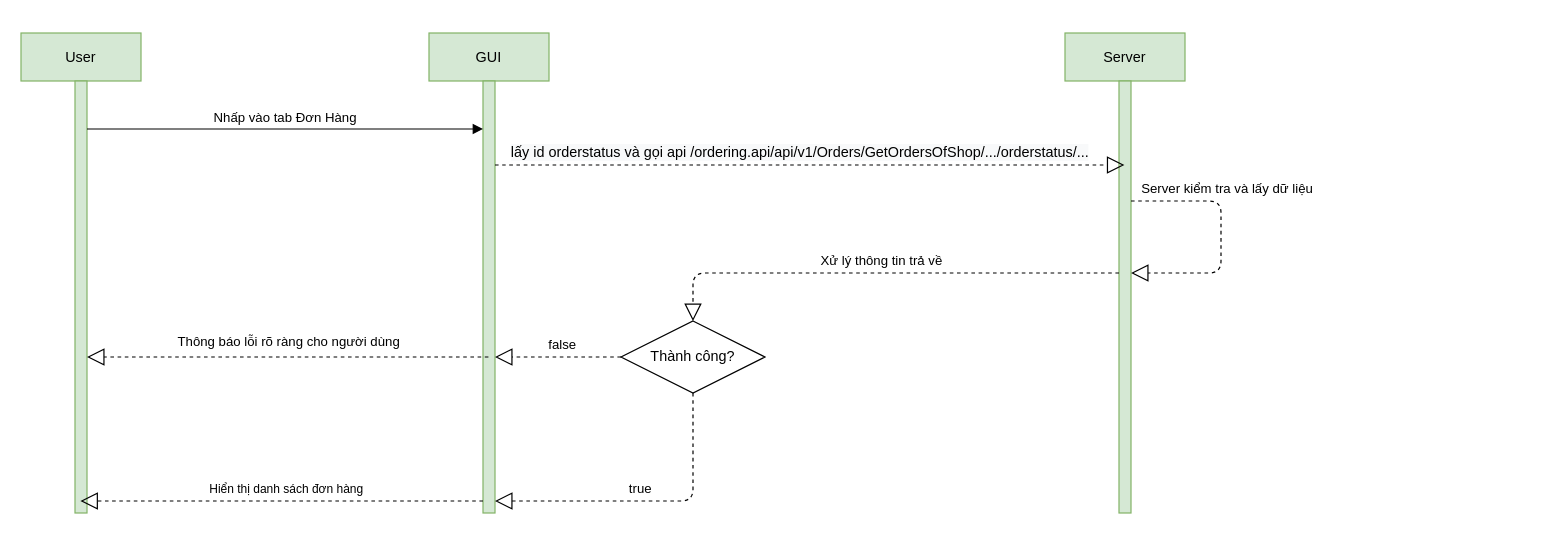
Before: page "Order tabs" (3 of 5) of OrderManagement Diagram.drawio in Alars99/diagram, a draw.io diagram. Source tidied: cells renumbered, new cells numbered last; positions are measured from the earlier drawing's top-left corner, leaving out a move shared by most shapes. Both pictures are drawn from the tidied source at 120%, with x=0, y=0 at pixel (20, 32).
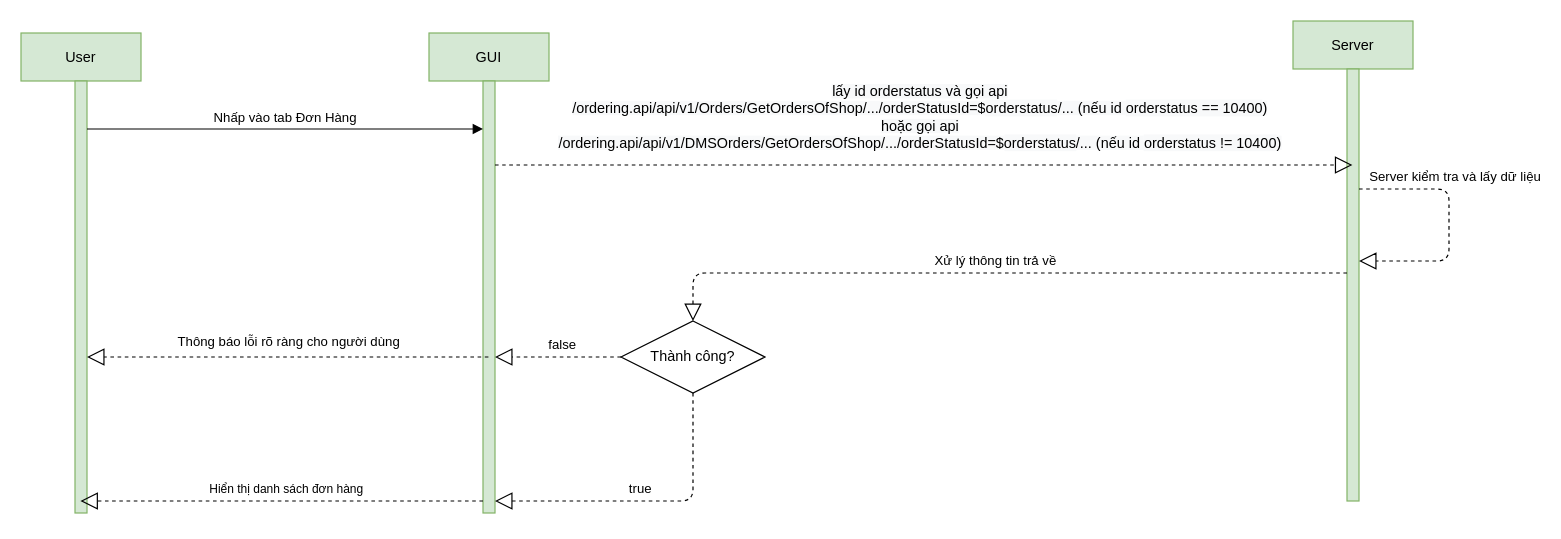
The same diagram, later.

The change refers to these unchanged cells:
```xml
<mxCell id="5" style="points=[];perimeter=orthogonalPerimeter;rounded=0;shadow=0;strokeWidth=1;fillColor=#d5e8d4;strokeColor=#82b366;" parent="4" vertex="1">
  <mxGeometry x="45" y="40" width="10" height="360" as="geometry" />
</mxCell>
```

What changed in the source:
```diff
@@
     <mxCell id="6" value="Server" style="shape=umlLifeline;perimeter=lifelinePerimeter;rounded=0;shadow=0;strokeWidth=1;fillColor=#d5e8d4;strokeColor=#82b366;" parent="1" vertex="1">
-      <mxGeometry x="870" width="100" height="400" as="geometry" />
+      <mxGeometry x="1060" y="-10" width="100" height="400" as="geometry" />
     </mxCell>
@@
-    <mxCell id="10" value="&lt;span style=&quot;font-size: 12px ; background-color: rgb(248 , 249 , 250)&quot;&gt;lấy id orderstatus và gọi api /ordering.api/api/v1/Orders/GetOrdersOfShop/.../orderstatus/...&lt;/span&gt;" style="endArrow=block;dashed=1;endFill=0;endSize=12;html=1;" parent="1" edge="1" source="5" target="6">
-      <mxGeometry x="-0.03" y="10" relative="1" as="geometry">
+    <mxCell id="10" value="&lt;span style=&quot;background-color: rgb(248 , 249 , 250)&quot;&gt;&lt;span style=&quot;font-size: 12px&quot;&gt;lấy id orderstatus và gọi api &lt;br&gt;/ordering.api/api/v1/Orders/GetOrdersOfShop/.../orderStatusId=$&lt;/span&gt;&lt;/span&gt;&lt;span style=&quot;font-size: 12px ; background-color: rgb(248 , 249 , 250)&quot;&gt;orderstatus&lt;/span&gt;&lt;span style=&quot;background-color: rgb(248 , 249 , 250)&quot;&gt;&lt;span style=&quot;font-size: 12px&quot;&gt;/... (nếu id&amp;nbsp;&lt;/span&gt;&lt;/span&gt;&lt;span style=&quot;font-size: 12px ; background-color: rgb(248 , 249 , 250)&quot;&gt;orderstatus == 10400&lt;/span&gt;&lt;span style=&quot;background-color: rgb(248 , 249 , 250)&quot;&gt;&lt;span style=&quot;font-size: 12px&quot;&gt;)&lt;br&gt;hoặc gọi api&lt;br&gt;&lt;/span&gt;&lt;/span&gt;&lt;span style=&quot;background-color: rgb(248 , 249 , 250)&quot;&gt;&lt;span style=&quot;font-size: 12px&quot;&gt;/ordering.api/api/v1/DMSOrders/GetOrdersOfShop/.../orderStatusId=$&lt;/span&gt;&lt;/span&gt;&lt;span style=&quot;font-size: 12px ; background-color: rgb(248 , 249 , 250)&quot;&gt;orderstatus&lt;/span&gt;&lt;span style=&quot;background-color: rgb(248 , 249 , 250)&quot;&gt;&lt;span style=&quot;font-size: 12px&quot;&gt;/... (nếu id&amp;nbsp;&lt;/span&gt;&lt;/span&gt;&lt;span style=&quot;font-size: 12px ; background-color: rgb(248 , 249 , 250)&quot;&gt;orderstatus != 10400&lt;/span&gt;&lt;span style=&quot;background-color: rgb(248 , 249 , 250)&quot;&gt;&lt;span style=&quot;font-size: 12px&quot;&gt;)&lt;/span&gt;&lt;/span&gt;&lt;span style=&quot;background-color: rgb(248 , 249 , 250)&quot;&gt;&lt;span style=&quot;font-size: 12px&quot;&gt;&lt;br&gt;&lt;/span&gt;&lt;/span&gt;" style="endArrow=block;dashed=1;endFill=0;endSize=12;html=1;" parent="1" edge="1" source="5" target="6">
+      <mxGeometry x="-0.01" y="40" relative="1" as="geometry">
         <Array as="points">
           <mxPoint x="410" y="110" />
           <mxPoint x="490" y="110" />
         </Array>
       </mxGeometry>
     </mxCell>
```
